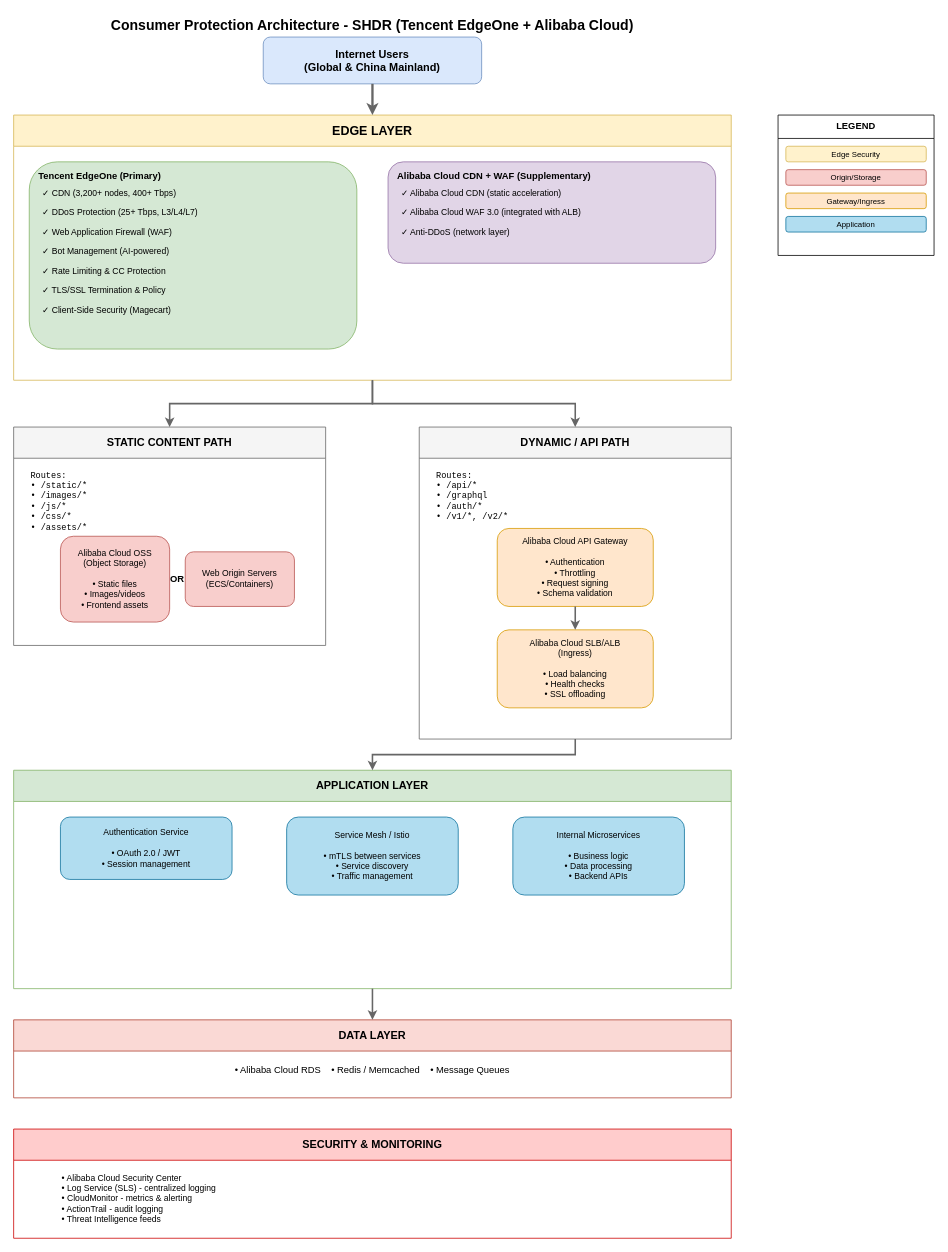
Earlier version of the draw.io diagram Untitled Diagram1.drawio (disncp100/cve_test). Source tidied: cells renumbered, new cells numbered last; positions are measured from the earlier drawing's top-left corner, leaving out a move shared by most shapes. Both pictures are drawn from the tidied source at 78%, with x=0, y=0 at pixel (13, 13).
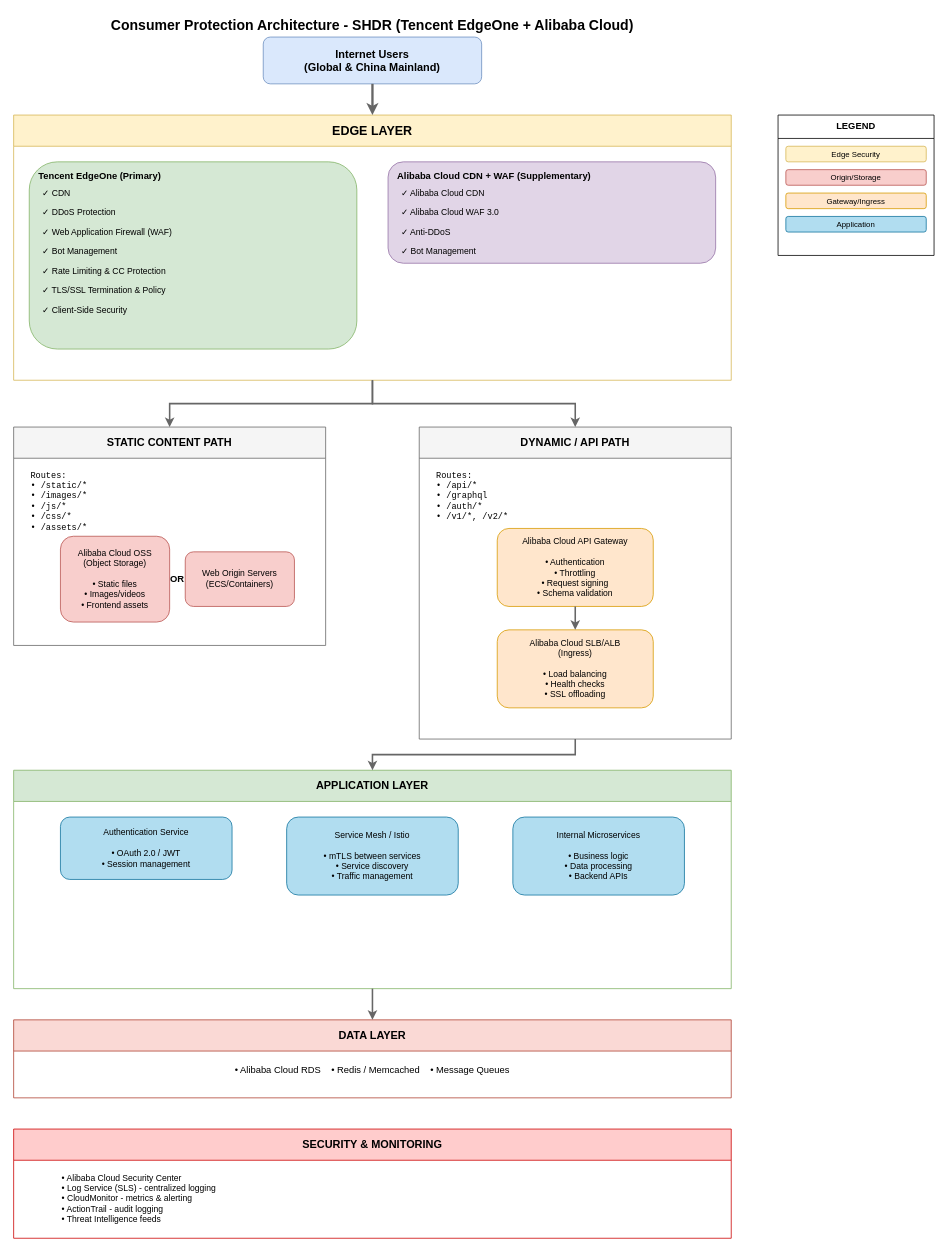
After the change.

Unchanged cells that the change refers to:
```xml
<mxCell id="3" value="EDGE LAYER" style="swimlane;whiteSpace=wrap;html=1;fillColor=#fff2cc;strokeColor=#d6b656;fontSize=16;fontStyle=1;startSize=40;" parent="1" vertex="1">
  <mxGeometry y="130" width="920" height="340" as="geometry" />
</mxCell>
```

Diff of the diagram source:
```diff
@@
-    <mxCell id="5" value="✓ CDN (3,200+ nodes, 400+ Tbps)" style="text;html=1;strokeColor=none;fillColor=none;align=left;verticalAlign=middle;whiteSpace=wrap;fontSize=11;" parent="3" vertex="1">
+    <mxCell id="5" value="✓ CDN" style="text;html=1;strokeColor=none;fillColor=none;align=left;verticalAlign=middle;whiteSpace=wrap;fontSize=11;" parent="3" vertex="1">
       <mxGeometry x="35" y="90" width="380" height="20" as="geometry" />
     </mxCell>
-    <mxCell id="6" value="✓ DDoS Protection (25+ Tbps, L3/L4/L7)" style="text;html=1;strokeColor=none;fillColor=none;align=left;verticalAlign=middle;whiteSpace=wrap;fontSize=11;" parent="3" vertex="1">
+    <mxCell id="6" value="✓ DDoS Protection" style="text;html=1;strokeColor=none;fillColor=none;align=left;verticalAlign=middle;whiteSpace=wrap;fontSize=11;" parent="3" vertex="1">
       <mxGeometry x="35" y="115" width="380" height="20" as="geometry" />
     </mxCell>
@@
-    <mxCell id="8" value="✓ Bot Management (AI-powered)" style="text;html=1;strokeColor=none;fillColor=none;align=left;verticalAlign=middle;whiteSpace=wrap;fontSize=11;" parent="3" vertex="1">
+    <mxCell id="8" value="✓ Bot Management" style="text;html=1;strokeColor=none;fillColor=none;align=left;verticalAlign=middle;whiteSpace=wrap;fontSize=11;" parent="3" vertex="1">
       <mxGeometry x="35" y="165" width="380" height="20" as="geometry" />
     </mxCell>
@@
-    <mxCell id="11" value="✓ Client-Side Security (Magecart)" style="text;html=1;strokeColor=none;fillColor=none;align=left;verticalAlign=middle;whiteSpace=wrap;fontSize=11;" parent="3" vertex="1">
+    <mxCell id="11" value="✓ Client-Side Security" style="text;html=1;strokeColor=none;fillColor=none;align=left;verticalAlign=middle;whiteSpace=wrap;fontSize=11;" parent="3" vertex="1">
       <mxGeometry x="35" y="240" width="380" height="20" as="geometry" />
     </mxCell>
@@
-    <mxCell id="13" value="✓ Alibaba Cloud CDN (static acceleration)" style="text;html=1;strokeColor=none;fillColor=none;align=left;verticalAlign=middle;whiteSpace=wrap;fontSize=11;" parent="3" vertex="1">
+    <mxCell id="13" value="✓ Alibaba Cloud CDN" style="text;html=1;strokeColor=none;fillColor=none;align=left;verticalAlign=middle;whiteSpace=wrap;fontSize=11;" parent="3" vertex="1">
       <mxGeometry x="495" y="90" width="380" height="20" as="geometry" />
     </mxCell>
-    <mxCell id="14" value="✓ Alibaba Cloud WAF 3.0 (integrated with ALB)" style="text;html=1;strokeColor=none;fillColor=none;align=left;verticalAlign=middle;whiteSpace=wrap;fontSize=11;" parent="3" vertex="1">
+    <mxCell id="14" value="✓ Alibaba Cloud WAF 3.0&amp;nbsp;" style="text;html=1;strokeColor=none;fillColor=none;align=left;verticalAlign=middle;whiteSpace=wrap;fontSize=11;" parent="3" vertex="1">
       <mxGeometry x="495" y="115" width="380" height="20" as="geometry" />
     </mxCell>
-    <mxCell id="15" value="✓ Anti-DDoS (network layer)" style="text;html=1;strokeColor=none;fillColor=none;align=left;verticalAlign=middle;whiteSpace=wrap;fontSize=11;" parent="3" vertex="1">
+    <mxCell id="15" value="✓ Anti-DDoS" style="text;html=1;strokeColor=none;fillColor=none;align=left;verticalAlign=middle;whiteSpace=wrap;fontSize=11;" parent="3" vertex="1">
       <mxGeometry x="495" y="140" width="380" height="20" as="geometry" />
     </mxCell>
+    <mxCell id="45" value="✓ Bot Management" style="text;html=1;strokeColor=none;fillColor=none;align=left;verticalAlign=middle;whiteSpace=wrap;fontSize=11;" parent="3" vertex="1">
+      <mxGeometry x="495" y="165" width="380" height="20" as="geometry" />
+    </mxCell>
```
